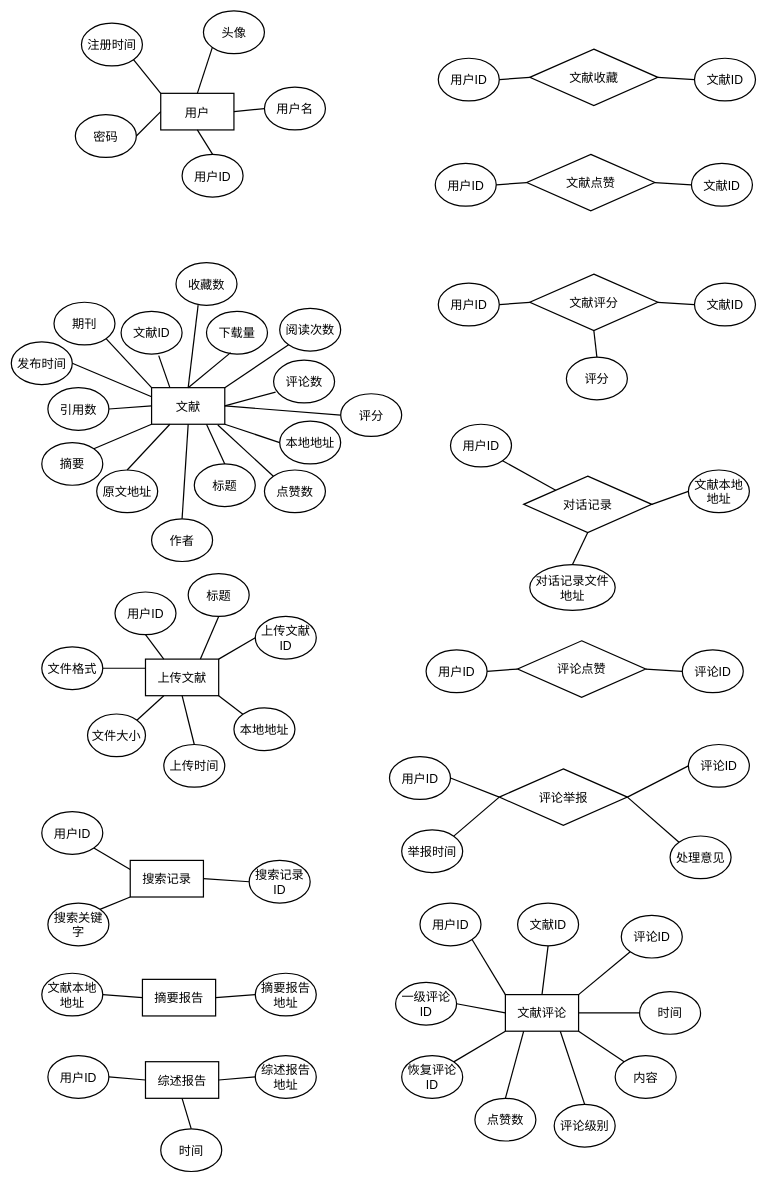
Earlier version of the draw.io diagram 2024-BUAA-SE/数据库设计/数据库表.drawio (jongsh/drawio). Source tidied: cells renumbered, new cells numbered last; positions are measured from the earlier drawing's top-left corner, leaving out a move shared by most shapes. Both pictures are drawn from the tidied source at 61%, with x=0, y=0 at pixel (11, 11).
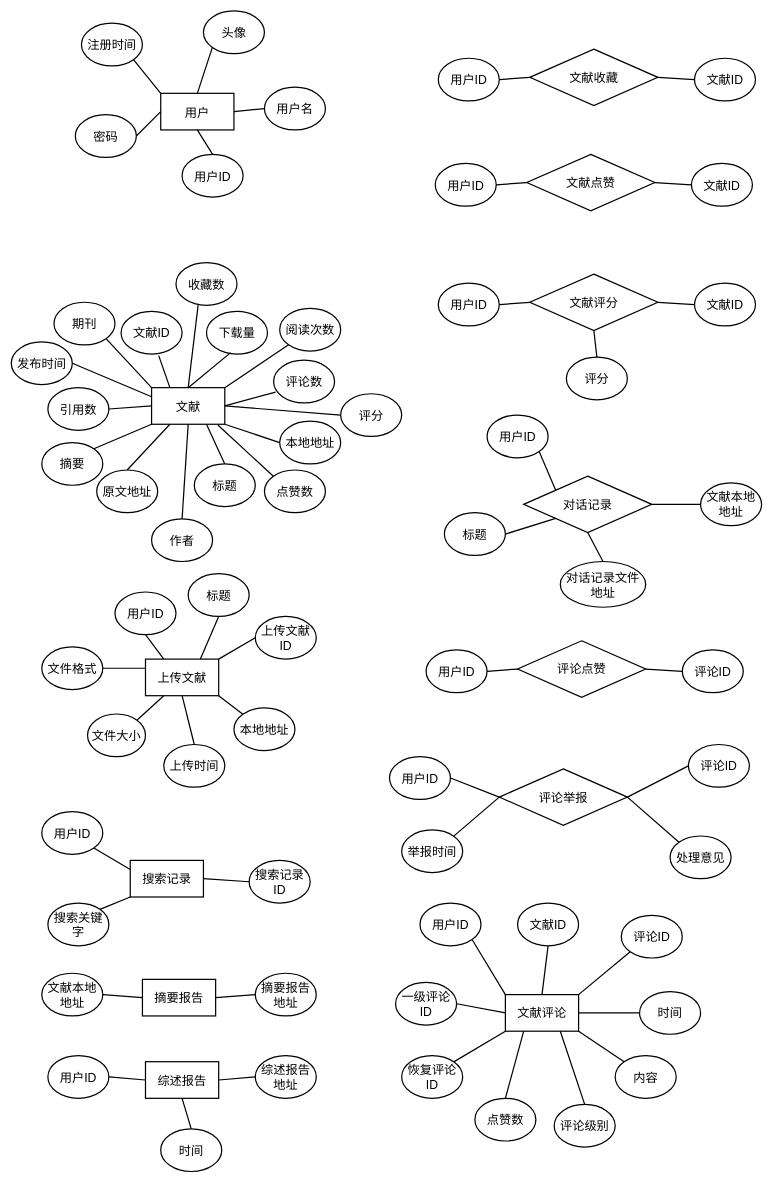
The same page after the edit.

Commit message:
更新数据库表.drawio

The change refers to these unchanged cells:
```xml
<mxCell id="83" value="对话记录" style="rhombus;whiteSpace=wrap;html=1;fontSize=20;strokeWidth=2;" parent="1" vertex="1">
  <mxGeometry x="840" y="762" width="210" height="92.5" as="geometry" />
</mxCell>
```

The edit, as a diff of the source:
```diff
@@
     <mxCell id="84" value="用户ID" style="ellipse;whiteSpace=wrap;html=1;fontSize=20;strokeWidth=2;" parent="1" vertex="1">
-      <mxGeometry x="720" y="677" width="100" height="70" as="geometry" />
+      <mxGeometry x="780" y="662" width="100" height="70" as="geometry" />
     </mxCell>
     <mxCell id="85" value="文献本地地址" style="ellipse;whiteSpace=wrap;html=1;fontSize=20;strokeWidth=2;" parent="1" vertex="1">
-      <mxGeometry x="1110" y="752" width="100" height="70" as="geometry" />
+      <mxGeometry x="1130" y="773.2" width="100" height="70" as="geometry" />
     </mxCell>
     <mxCell id="86" value="对话记录文件地址" style="ellipse;whiteSpace=wrap;html=1;fontSize=20;strokeWidth=2;" parent="1" vertex="1">
-      <mxGeometry x="850" y="907" width="140" height="75" as="geometry" />
+      <mxGeometry x="900" y="902" width="140" height="75" as="geometry" />
     </mxCell>
@@
+    <mxCell id="135" value="标题" style="ellipse;whiteSpace=wrap;html=1;fontSize=20;strokeWidth=2;" parent="1" vertex="1">
+      <mxGeometry x="710" y="822" width="100" height="70" as="geometry" />
+    </mxCell>
+    <mxCell id="136" style="endArrow=none;html=1;rounded=0;strokeWidth=2;entryX=0;entryY=1;entryDx=0;entryDy=0;exitX=1;exitY=0.5;exitDx=0;exitDy=0;" parent="1" edge="1" source="135" target="83">
+      <mxGeometry relative="1" as="geometry" />
+    </mxCell>
```
